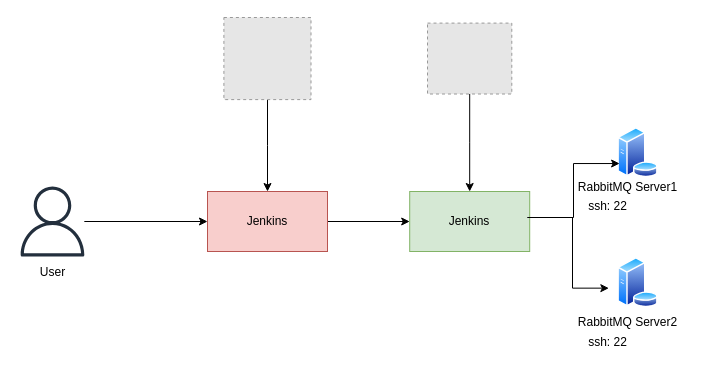
Above: Untitled Diagram.drawio in jmamatha/Flowcharts (draw.io), before the change. Source tidied: cells renumbered, new cells numbered last; positions are measured from the earlier drawing's top-left corner, leaving out a move shared by most shapes. Both pictures are drawn from the tidied source at 100%, with x=0, y=0 at pixel (17, 17). Pictures stored in the file or linked from it are replaced by grey dashed boxes.
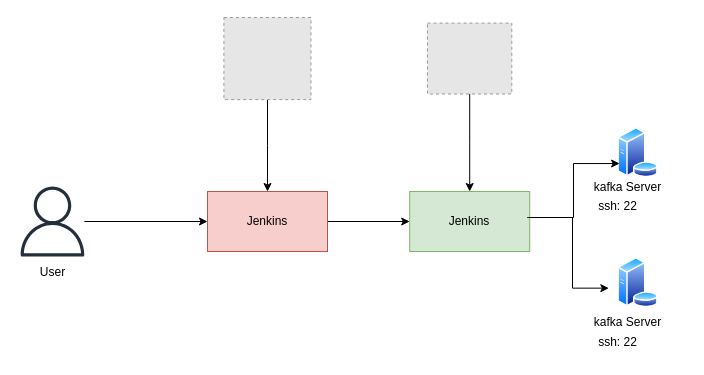
Above is the later version.

Commit message:
kafka-configure-pipeline

Change to the diagram source:
```diff
@@
-<mxGraphModel>
+<mxGraphModel background="#FFFFFF">
@@
-    <mxCell id="15" value="RabbitMQ Server1" style="text;html=1;align=center;verticalAlign=middle;strokeColor=none;fillColor=none;" parent="1" vertex="1">
-      <mxGeometry x="550" y="155" width="120" height="30" as="geometry" />
+    <mxCell id="15" value="kafka Server" style="text;html=1;align=center;verticalAlign=middle;strokeColor=none;fillColor=none;" parent="1" vertex="1">
+      <mxGeometry x="565" y="155" width="90" height="30" as="geometry" />
     </mxCell>
     <mxCell id="16" value="ssh: 22" style="text;html=1;align=center;verticalAlign=middle;strokeColor=none;fillColor=none;" parent="1" vertex="1">
-      <mxGeometry x="560" y="174" width="60" height="30" as="geometry" />
+      <mxGeometry x="570" y="174" width="60" height="30" as="geometry" />
     </mxCell>
-    <mxCell id="17" value="RabbitMQ Server2" style="text;html=1;align=center;verticalAlign=middle;strokeColor=none;fillColor=none;" parent="1" vertex="1">
-      <mxGeometry x="550" y="290" width="120" height="30" as="geometry" />
+    <mxCell id="17" value="kafka Server" style="text;html=1;align=center;verticalAlign=middle;strokeColor=none;fillColor=none;" parent="1" vertex="1">
+      <mxGeometry x="565" y="290" width="90" height="30" as="geometry" />
     </mxCell>
     <mxCell id="18" value="ssh: 22" style="text;html=1;align=center;verticalAlign=middle;strokeColor=none;fillColor=none;" parent="1" vertex="1">
-      <mxGeometry x="560" y="310" width="60" height="30" as="geometry" />
+      <mxGeometry x="570" y="310" width="60" height="30" as="geometry" />
     </mxCell>
```
